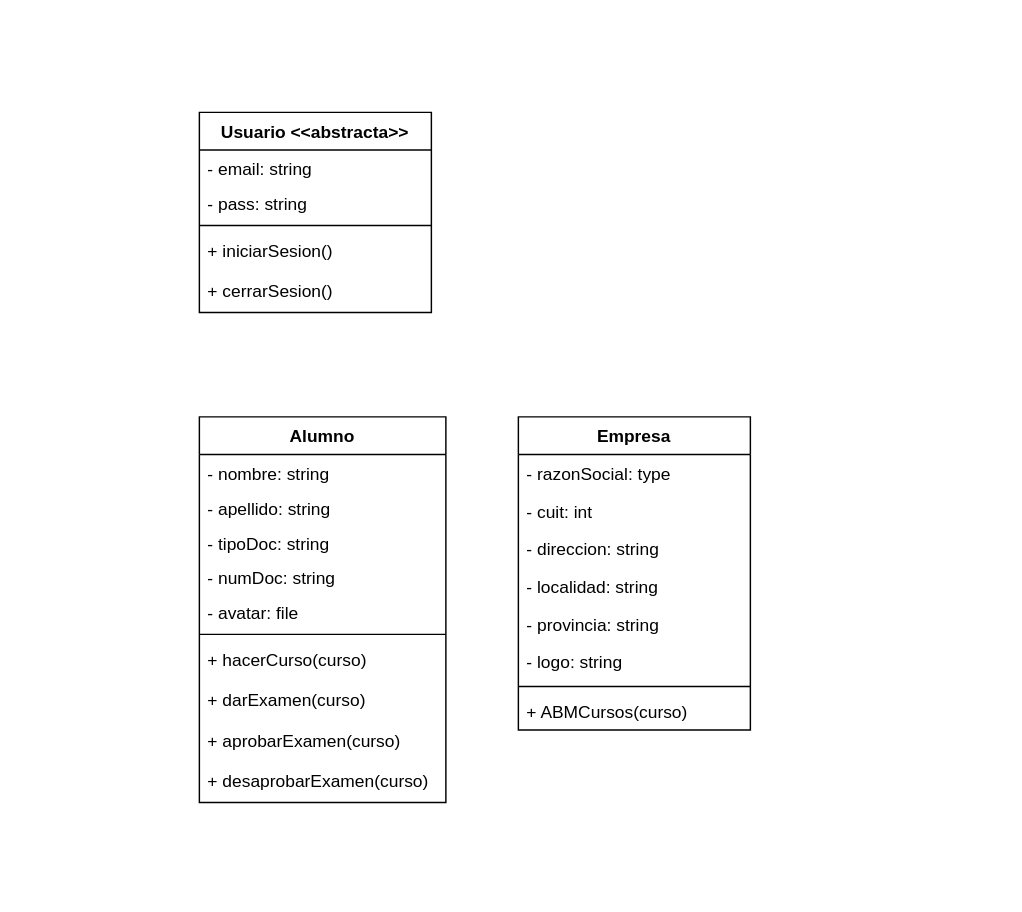
Before: CAPACITACION UML.drawio in guilledp/Proyecto, a draw.io diagram. Source tidied: cells renumbered, new cells numbered last; positions are measured from the earlier drawing's top-left corner, leaving out a move shared by most shapes. Both pictures are drawn from the tidied source at 145%, with x=0, y=0 at pixel (199, 112).
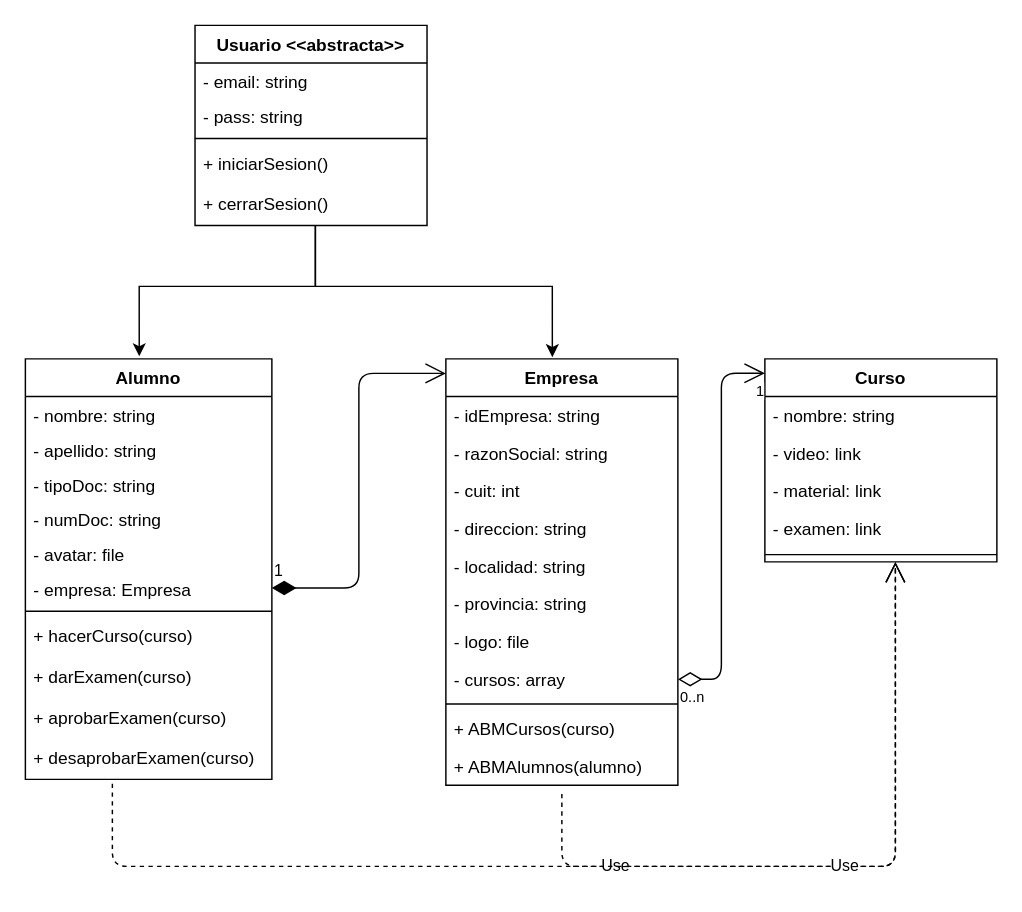
Above is the later version.

Change to the diagram source:
```diff
@@
     <mxCell id="2" value="Usuario &lt;&lt;abstracta&gt;&gt;" style="swimlane;fontStyle=1;align=center;verticalAlign=top;horizontal=1;startSize=26;" parent="1" vertex="1">
-      <mxGeometry width="160" height="138" as="geometry" />
+      <mxGeometry x="-3" y="-60" width="160" height="138" as="geometry" />
     </mxCell>
@@
     <mxCell id="8" value="Alumno" style="swimlane;fontStyle=1;align=center;verticalAlign=top;horizontal=1;startSize=26;" parent="1" vertex="1">
-      <mxGeometry y="210" width="170" height="266" as="geometry" />
+      <mxGeometry x="-120" y="170" width="170" height="290" as="geometry" />
     </mxCell>
@@
+    <mxCell id="28" value="- empresa: Empresa" style="text;strokeColor=none;fillColor=none;align=left;verticalAlign=top;spacingLeft=4;spacingRight=4;overflow=hidden;points=[[0,0.5],[1,0.5]];portConstraint=eastwest;" parent="8" vertex="1">
+      <mxGeometry y="146" width="170" height="24" as="geometry" />
+    </mxCell>
     <mxCell id="14" style="line;strokeWidth=1;fillColor=none;align=left;verticalAlign=middle;spacingTop=-1;spacingLeft=3;spacingRight=3;labelPosition=right;" parent="8" vertex="1">
-      <mxGeometry y="146" width="170" height="8" as="geometry" />
+      <mxGeometry y="170" width="170" height="8" as="geometry" />
     </mxCell>
     <mxCell id="15" value="+ hacerCurso(curso)" style="text;strokeColor=none;fillColor=none;align=left;verticalAlign=top;spacingLeft=4;spacingRight=4;overflow=hidden;" parent="8" vertex="1">
-      <mxGeometry y="154" width="170" height="28" as="geometry" />
+      <mxGeometry y="178" width="170" height="28" as="geometry" />
     </mxCell>
     <mxCell id="16" value="+ darExamen(curso)" style="text;strokeColor=none;fillColor=none;align=left;verticalAlign=top;spacingLeft=4;spacingRight=4;overflow=hidden;" parent="8" vertex="1">
-      <mxGeometry y="182" width="170" height="28" as="geometry" />
+      <mxGeometry y="206" width="170" height="28" as="geometry" />
     </mxCell>
     <mxCell id="17" value="+ aprobarExamen(curso)" style="text;strokeColor=none;fillColor=none;align=left;verticalAlign=top;spacingLeft=4;spacingRight=4;overflow=hidden;" parent="8" vertex="1">
-      <mxGeometry y="210" width="170" height="28" as="geometry" />
+      <mxGeometry y="234" width="170" height="28" as="geometry" />
     </mxCell>
     <mxCell id="18" value="+ desaprobarExamen(curso)" style="text;strokeColor=none;fillColor=none;align=left;verticalAlign=top;spacingLeft=4;spacingRight=4;overflow=hidden;" parent="8" vertex="1">
-      <mxGeometry y="238" width="170" height="28" as="geometry" />
+      <mxGeometry y="262" width="170" height="28" as="geometry" />
     </mxCell>
     <mxCell id="19" value="Empresa" style="swimlane;fontStyle=1;align=center;verticalAlign=top;horizontal=1;startSize=26;" parent="1" vertex="1">
-      <mxGeometry x="220" y="210" width="160" height="216" as="geometry" />
+      <mxGeometry x="170" y="170" width="160" height="294" as="geometry" />
     </mxCell>
+    <mxCell id="29" value="- idEmpresa: string" style="text;strokeColor=none;fillColor=none;align=left;verticalAlign=top;spacingLeft=4;spacingRight=4;overflow=hidden;" parent="19" vertex="1">
+      <mxGeometry y="26" width="160" height="26" as="geometry" />
+    </mxCell>
-    <mxCell id="20" value="- razonSocial: type" style="text;strokeColor=none;fillColor=none;align=left;verticalAlign=top;spacingLeft=4;spacingRight=4;overflow=hidden;" parent="19" vertex="1">
-      <mxGeometry y="26" width="160" height="26" as="geometry" />
+    <mxCell id="20" value="- razonSocial: string" style="text;strokeColor=none;fillColor=none;align=left;verticalAlign=top;spacingLeft=4;spacingRight=4;overflow=hidden;" parent="19" vertex="1">
+      <mxGeometry y="52" width="160" height="26" as="geometry" />
     </mxCell>
     <mxCell id="21" value="- cuit: int" style="text;strokeColor=none;fillColor=none;align=left;verticalAlign=top;spacingLeft=4;spacingRight=4;overflow=hidden;" parent="19" vertex="1">
-      <mxGeometry y="52" width="160" height="26" as="geometry" />
+      <mxGeometry y="78" width="160" height="26" as="geometry" />
     </mxCell>
     <mxCell id="22" value="- direccion: string" style="text;strokeColor=none;fillColor=none;align=left;verticalAlign=top;spacingLeft=4;spacingRight=4;overflow=hidden;" parent="19" vertex="1">
-      <mxGeometry y="78" width="160" height="26" as="geometry" />
+      <mxGeometry y="104" width="160" height="26" as="geometry" />
     </mxCell>
     <mxCell id="23" value="- localidad: string" style="text;strokeColor=none;fillColor=none;align=left;verticalAlign=top;spacingLeft=4;spacingRight=4;overflow=hidden;" parent="19" vertex="1">
-      <mxGeometry y="104" width="160" height="26" as="geometry" />
+      <mxGeometry y="130" width="160" height="26" as="geometry" />
     </mxCell>
     <mxCell id="24" value="- provincia: string" style="text;strokeColor=none;fillColor=none;align=left;verticalAlign=top;spacingLeft=4;spacingRight=4;overflow=hidden;" parent="19" vertex="1">
-      <mxGeometry y="130" width="160" height="26" as="geometry" />
+      <mxGeometry y="156" width="160" height="26" as="geometry" />
     </mxCell>
-    <mxCell id="25" value="- logo: string" style="text;strokeColor=none;fillColor=none;align=left;verticalAlign=top;spacingLeft=4;spacingRight=4;overflow=hidden;" parent="19" vertex="1">
-      <mxGeometry y="156" width="160" height="26" as="geometry" />
+    <mxCell id="25" value="- logo: file" style="text;strokeColor=none;fillColor=none;align=left;verticalAlign=top;spacingLeft=4;spacingRight=4;overflow=hidden;" parent="19" vertex="1">
+      <mxGeometry y="182" width="160" height="26" as="geometry" />
     </mxCell>
+    <mxCell id="30" value="- cursos: array" style="text;strokeColor=none;fillColor=none;align=left;verticalAlign=top;spacingLeft=4;spacingRight=4;overflow=hidden;points=[[0,0.5],[1,0.5]];portConstraint=eastwest;" parent="19" vertex="1">
+      <mxGeometry y="208" width="160" height="26" as="geometry" />
+    </mxCell>
     <mxCell id="26" style="line;strokeWidth=1;fillColor=none;align=left;verticalAlign=middle;spacingTop=-1;spacingLeft=3;spacingRight=3;labelPosition=right;" parent="19" vertex="1">
-      <mxGeometry y="182" width="160" height="8" as="geometry" />
+      <mxGeometry y="234" width="160" height="8" as="geometry" />
     </mxCell>
     <mxCell id="27" value="+ ABMCursos(curso)" style="text;strokeColor=none;fillColor=none;align=left;verticalAlign=top;spacingLeft=4;spacingRight=4;overflow=hidden;" parent="19" vertex="1">
-      <mxGeometry y="190" width="160" height="26" as="geometry" />
+      <mxGeometry y="242" width="160" height="26" as="geometry" />
     </mxCell>
+    <mxCell id="31" value="+ ABMAlumnos(alumno)" style="text;strokeColor=none;fillColor=none;align=left;verticalAlign=top;spacingLeft=4;spacingRight=4;overflow=hidden;" parent="19" vertex="1">
+      <mxGeometry y="268" width="160" height="26" as="geometry" />
+    </mxCell>
+    <mxCell id="32" value="1" style="endArrow=open;html=1;endSize=12;startArrow=diamondThin;startSize=14;startFill=1;edgeStyle=orthogonalEdgeStyle;align=left;verticalAlign=bottom;" parent="1" edge="1" source="28" target="19">
+      <mxGeometry x="-1" y="3" relative="1" as="geometry">
+        <Array as="points">
+          <mxPoint x="110" y="328" />
+          <mxPoint x="110" y="180" />
+        </Array>
+      </mxGeometry>
+    </mxCell>
+    <mxCell id="33" style="edgeStyle=orthogonalEdgeStyle;rounded=0;jettySize=auto;html=1;entryX=0.459;entryY=-0.004;entryDx=0;entryDy=0;entryPerimeter=0;" parent="1" edge="1" source="2" target="19">
+      <mxGeometry relative="1" as="geometry">
+        <Array as="points">
+          <mxPoint x="80" y="120" />
+          <mxPoint x="244" y="120" />
+        </Array>
+      </mxGeometry>
+    </mxCell>
+    <mxCell id="34" value="Curso" style="swimlane;fontStyle=1;align=center;verticalAlign=top;horizontal=1;startSize=26;" parent="1" vertex="1">
+      <mxGeometry x="390" y="170" width="160" height="140" as="geometry" />
+    </mxCell>
+    <mxCell id="35" value="- nombre: string" style="text;strokeColor=none;fillColor=none;align=left;verticalAlign=top;spacingLeft=4;spacingRight=4;overflow=hidden;" parent="34" vertex="1">
+      <mxGeometry y="26" width="160" height="26" as="geometry" />
+    </mxCell>
+    <mxCell id="36" value="- video: link" style="text;strokeColor=none;fillColor=none;align=left;verticalAlign=top;spacingLeft=4;spacingRight=4;overflow=hidden;" parent="34" vertex="1">
+      <mxGeometry y="52" width="160" height="26" as="geometry" />
+    </mxCell>
+    <mxCell id="37" value="- material: link" style="text;strokeColor=none;fillColor=none;align=left;verticalAlign=top;spacingLeft=4;spacingRight=4;overflow=hidden;" parent="34" vertex="1">
+      <mxGeometry y="78" width="160" height="26" as="geometry" />
+    </mxCell>
+    <mxCell id="38" value="- examen: link" style="text;strokeColor=none;fillColor=none;align=left;verticalAlign=top;spacingLeft=4;spacingRight=4;overflow=hidden;" parent="34" vertex="1">
+      <mxGeometry y="104" width="160" height="26" as="geometry" />
+    </mxCell>
+    <mxCell id="39" style="line;strokeWidth=1;fillColor=none;align=left;verticalAlign=middle;spacingTop=-1;spacingLeft=3;spacingRight=3;labelPosition=right;" parent="34" vertex="1">
+      <mxGeometry y="130" width="160" height="10" as="geometry" />
+    </mxCell>
+    <mxCell id="40" style="edgeStyle=orthogonalEdgeStyle;rounded=0;jettySize=auto;html=1;entryX=0.462;entryY=-0.006;entryDx=0;entryDy=0;entryPerimeter=0;" parent="1" edge="1" source="2" target="8">
+      <mxGeometry relative="1" as="geometry">
+        <Array as="points">
+          <mxPoint x="80" y="120" />
+          <mxPoint x="-41" y="120" />
+        </Array>
+      </mxGeometry>
+    </mxCell>
+    <mxCell id="41" style="endArrow=open;html=1;endSize=12;startArrow=diamondThin;startSize=14;startFill=0;edgeStyle=orthogonalEdgeStyle;entryX=0;entryY=0.071;entryDx=0;entryDy=0;entryPerimeter=0;" parent="1" edge="1" source="30" target="34">
+      <mxGeometry relative="1" as="geometry">
+        <Array as="points">
+          <mxPoint x="360" y="391" />
+          <mxPoint x="360" y="180" />
+        </Array>
+      </mxGeometry>
+    </mxCell>
+    <mxCell id="42" value="0..n" style="html=1;align=left;verticalAlign=top;labelBackgroundColor=#ffffff;fontSize=10;" parent="41" vertex="1">
+      <mxGeometry x="-1" relative="1" as="geometry" />
+    </mxCell>
+    <mxCell id="43" value="1" style="html=1;align=right;verticalAlign=top;labelBackgroundColor=#ffffff;fontSize=10;" parent="41" vertex="1">
+      <mxGeometry x="1" relative="1" as="geometry" />
+    </mxCell>
+    <mxCell id="44" value="Use" style="endArrow=open;endSize=12;dashed=1;html=1;" parent="1" edge="1">
+      <mxGeometry relative="1" as="geometry">
+        <mxPoint x="-60" y="463" as="sourcePoint" />
+        <mxPoint x="480" y="310" as="targetPoint" />
+        <Array as="points">
+          <mxPoint x="-60" y="520" />
+          <mxPoint x="480" y="520" />
+        </Array>
+      </mxGeometry>
+    </mxCell>
+    <mxCell id="45" value="Use" style="endArrow=open;endSize=12;dashed=1;html=1;" parent="1" edge="1">
+      <mxGeometry relative="1" as="geometry">
+        <mxPoint x="250" y="470" as="sourcePoint" />
+        <mxPoint x="480" y="310" as="targetPoint" />
+        <Array as="points">
+          <mxPoint x="250" y="520" />
+          <mxPoint x="480" y="520" />
+        </Array>
+      </mxGeometry>
+    </mxCell>
```
